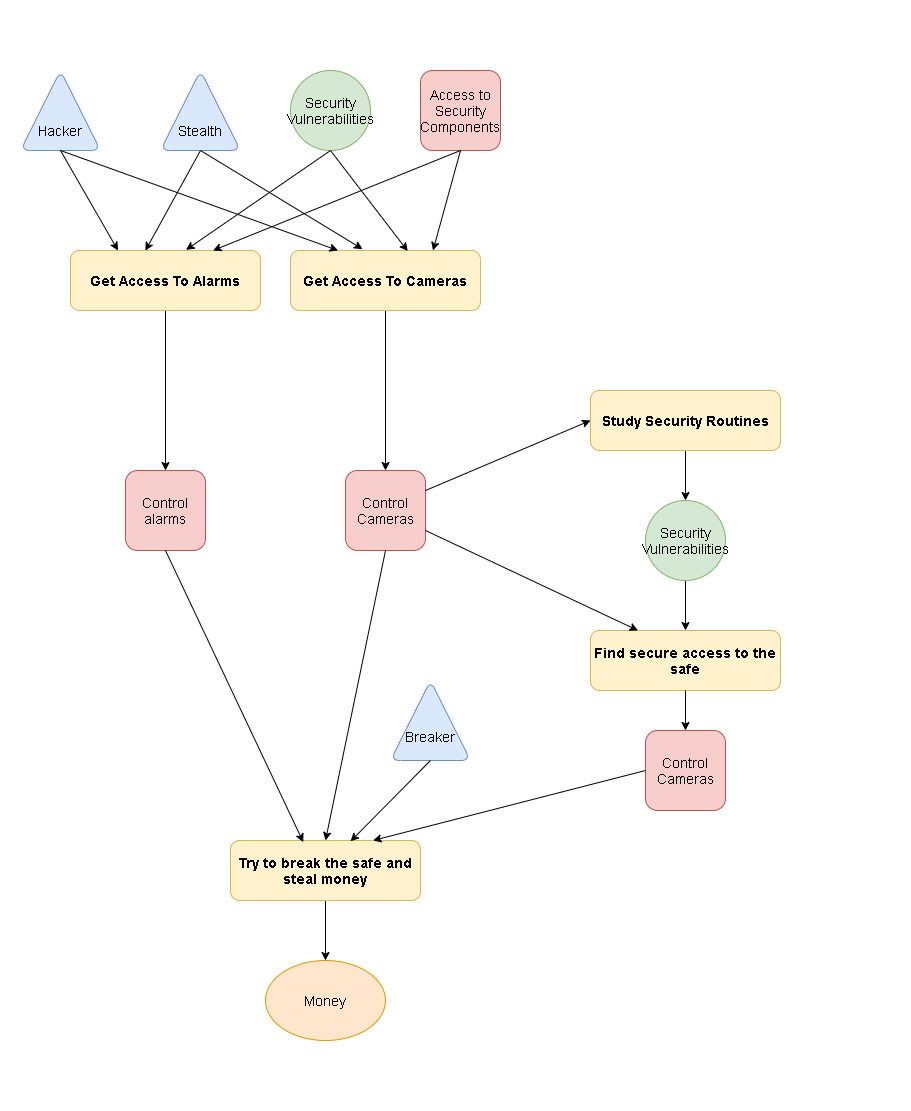
BarsantiNicola/BankRobbery keeps this draw.io diagram as documentazione/AttaccoFisico.png. Above is the earlier version. Source tidied: cells renumbered, new cells last; positions are measured from the earlier drawing's top-left corner, leaving out a move shared by most shapes. Its diagram source:
```xml
<mxGraphModel>
  <root>
    <mxCell id="0" />
    <mxCell id="1" parent="0" />
    <mxCell id="2" style="triangle;whiteSpace=wrap;html=1;direction=north;fillColor=#dae8fc;strokeColor=#6c8ebf;rounded=1;" parent="1" vertex="1">
      <mxGeometry x="20" y="70" width="80" height="80" as="geometry" />
    </mxCell>
    <mxCell id="3" style="triangle;whiteSpace=wrap;html=1;direction=north;fillColor=#dae8fc;strokeColor=#6c8ebf;rounded=1;" parent="1" vertex="1">
      <mxGeometry x="160" y="70" width="80" height="80" as="geometry" />
    </mxCell>
    <mxCell id="4" value="&lt;font style=&quot;font-size: 9px&quot;&gt;Security Vulnerabilities&lt;/font&gt;" style="ellipse;whiteSpace=wrap;html=1;rounded=1;fillColor=#d5e8d4;strokeColor=#82b366;" parent="1" vertex="1">
      <mxGeometry x="290" y="70" width="80" height="80" as="geometry" />
    </mxCell>
    <mxCell id="5" value="Access to Security Components" style="whiteSpace=wrap;html=1;rounded=1;fillColor=#f8cecc;strokeColor=#b85450;" parent="1" vertex="1">
      <mxGeometry x="420" y="70" width="80" height="80" as="geometry" />
    </mxCell>
    <mxCell id="6" style="edgeStyle=orthogonalEdgeStyle;rounded=0;jettySize=auto;html=1;exitX=0.5;exitY=1;exitDx=0;exitDy=0;entryX=0.5;entryY=0;entryDx=0;entryDy=0;strokeWidth=1;fontSize=8;" parent="1" edge="1" source="7" target="21">
      <mxGeometry relative="1" as="geometry" />
    </mxCell>
    <mxCell id="7" value="&lt;b&gt;Get Access To Cameras&lt;/b&gt;" style="rounded=1;whiteSpace=wrap;html=1;fillColor=#fff2cc;strokeColor=#d6b656;" parent="1" vertex="1">
      <mxGeometry x="290" y="250" width="190" height="60" as="geometry" />
    </mxCell>
    <mxCell id="8" style="edgeStyle=orthogonalEdgeStyle;rounded=0;jettySize=auto;html=1;exitX=0.5;exitY=1;exitDx=0;exitDy=0;entryX=0.5;entryY=0;entryDx=0;entryDy=0;strokeWidth=1;fontSize=8;" parent="1" edge="1" source="9" target="20">
      <mxGeometry relative="1" as="geometry" />
    </mxCell>
    <mxCell id="9" value="&lt;b&gt;Get Access To Alarms&lt;/b&gt;" style="rounded=1;whiteSpace=wrap;html=1;fillColor=#fff2cc;strokeColor=#d6b656;" parent="1" vertex="1">
      <mxGeometry x="70" y="250" width="190" height="60" as="geometry" />
    </mxCell>
    <mxCell id="10" style="endArrow=classic;html=1;exitX=0;exitY=0.5;exitDx=0;exitDy=0;entryX=0.25;entryY=0;entryDx=0;entryDy=0;" parent="1" edge="1" source="2" target="9">
      <mxGeometry relative="1" as="geometry" />
    </mxCell>
    <mxCell id="11" style="endArrow=classic;html=1;exitX=0;exitY=0.5;exitDx=0;exitDy=0;entryX=0.394;entryY=0.003;entryDx=0;entryDy=0;entryPerimeter=0;" parent="1" edge="1" source="3" target="9">
      <mxGeometry relative="1" as="geometry" />
    </mxCell>
    <mxCell id="12" style="endArrow=classic;html=1;exitX=0.5;exitY=1;exitDx=0;exitDy=0;entryX=0.608;entryY=-0.01;entryDx=0;entryDy=0;entryPerimeter=0;" parent="1" edge="1" source="4" target="9">
      <mxGeometry relative="1" as="geometry" />
    </mxCell>
    <mxCell id="13" style="endArrow=classic;html=1;exitX=0.5;exitY=1;exitDx=0;exitDy=0;entryX=0.75;entryY=0;entryDx=0;entryDy=0;" parent="1" edge="1" source="5" target="9">
      <mxGeometry relative="1" as="geometry" />
    </mxCell>
    <mxCell id="14" style="endArrow=classic;html=1;exitX=0.5;exitY=1;exitDx=0;exitDy=0;entryX=0.75;entryY=0;entryDx=0;entryDy=0;" parent="1" edge="1" source="5" target="7">
      <mxGeometry relative="1" as="geometry" />
    </mxCell>
    <mxCell id="15" style="endArrow=classic;html=1;exitX=0.5;exitY=1;exitDx=0;exitDy=0;entryX=0.617;entryY=0.01;entryDx=0;entryDy=0;entryPerimeter=0;" parent="1" edge="1" source="4" target="7">
      <mxGeometry relative="1" as="geometry" />
    </mxCell>
    <mxCell id="16" style="endArrow=classic;html=1;exitX=0;exitY=0.5;exitDx=0;exitDy=0;entryX=0.379;entryY=-0.023;entryDx=0;entryDy=0;entryPerimeter=0;" parent="1" edge="1" source="3" target="7">
      <mxGeometry relative="1" as="geometry" />
    </mxCell>
    <mxCell id="17" style="endArrow=classic;html=1;exitX=0;exitY=0.5;exitDx=0;exitDy=0;entryX=0.25;entryY=0;entryDx=0;entryDy=0;" parent="1" edge="1" source="2" target="7">
      <mxGeometry relative="1" as="geometry" />
    </mxCell>
    <mxCell id="18" value="Hacker" style="text;html=1;strokeColor=none;fillColor=none;align=center;verticalAlign=middle;whiteSpace=wrap;rounded=0;" parent="1" vertex="1">
      <mxGeometry x="20" y="120" width="80" height="20" as="geometry" />
    </mxCell>
    <mxCell id="19" value="Stealth" style="text;html=1;strokeColor=none;fillColor=none;align=center;verticalAlign=middle;whiteSpace=wrap;rounded=0;" parent="1" vertex="1">
      <mxGeometry x="180" y="120" width="40" height="20" as="geometry" />
    </mxCell>
    <mxCell id="20" value="Control&lt;br&gt;alarms" style="whiteSpace=wrap;html=1;rounded=1;fillColor=#f8cecc;strokeColor=#b85450;" parent="1" vertex="1">
      <mxGeometry x="125" y="470" width="80" height="80" as="geometry" />
    </mxCell>
    <mxCell id="21" value="Control Cameras" style="whiteSpace=wrap;html=1;rounded=1;fillColor=#f8cecc;strokeColor=#b85450;" parent="1" vertex="1">
      <mxGeometry x="345" y="470" width="80" height="80" as="geometry" />
    </mxCell>
    <mxCell id="22" style="edgeStyle=orthogonalEdgeStyle;rounded=0;jettySize=auto;html=1;exitX=0.5;exitY=1;exitDx=0;exitDy=0;entryX=0.5;entryY=0;entryDx=0;entryDy=0;strokeWidth=1;fontSize=8;" parent="1" edge="1" source="23" target="25">
      <mxGeometry relative="1" as="geometry" />
    </mxCell>
    <mxCell id="23" value="&lt;b&gt;Study Security Routines&lt;/b&gt;" style="rounded=1;whiteSpace=wrap;html=1;fillColor=#fff2cc;strokeColor=#d6b656;" parent="1" vertex="1">
      <mxGeometry x="590" y="390" width="190" height="60" as="geometry" />
    </mxCell>
    <mxCell id="24" style="edgeStyle=orthogonalEdgeStyle;rounded=0;jettySize=auto;html=1;exitX=0.5;exitY=1;exitDx=0;exitDy=0;entryX=0.5;entryY=0;entryDx=0;entryDy=0;strokeWidth=1;fontSize=8;" parent="1" edge="1" source="25" target="26">
      <mxGeometry relative="1" as="geometry" />
    </mxCell>
    <mxCell id="25" value="&lt;font style=&quot;font-size: 9px&quot;&gt;Security Vulnerabilities&lt;/font&gt;" style="ellipse;whiteSpace=wrap;html=1;rounded=1;fillColor=#d5e8d4;strokeColor=#82b366;" parent="1" vertex="1">
      <mxGeometry x="645" y="500" width="80" height="80" as="geometry" />
    </mxCell>
    <mxCell id="26" value="&lt;b&gt;Find secure access to the safe&lt;/b&gt;" style="rounded=1;whiteSpace=wrap;html=1;fillColor=#fff2cc;strokeColor=#d6b656;" parent="1" vertex="1">
      <mxGeometry x="590" y="630" width="190" height="60" as="geometry" />
    </mxCell>
    <mxCell id="27" value="Control Cameras" style="whiteSpace=wrap;html=1;rounded=1;fillColor=#f8cecc;strokeColor=#b85450;" parent="1" vertex="1">
      <mxGeometry x="645" y="730" width="80" height="80" as="geometry" />
    </mxCell>
    <mxCell id="28" style="edgeStyle=orthogonalEdgeStyle;rounded=0;jettySize=auto;html=1;exitX=0.5;exitY=1;exitDx=0;exitDy=0;entryX=0.5;entryY=0;entryDx=0;entryDy=0;strokeWidth=1;fontSize=8;" parent="1" edge="1" source="29" target="30">
      <mxGeometry relative="1" as="geometry" />
    </mxCell>
    <mxCell id="29" value="&lt;b&gt;Try to break the safe and steal money&lt;/b&gt;" style="rounded=1;whiteSpace=wrap;html=1;fillColor=#fff2cc;strokeColor=#d6b656;" parent="1" vertex="1">
      <mxGeometry x="230" y="840" width="190" height="60" as="geometry" />
    </mxCell>
    <mxCell id="30" value="Money" style="ellipse;whiteSpace=wrap;html=1;rounded=1;fontSize=8;fillColor=#ffe6cc;strokeColor=#d79b00;" parent="1" vertex="1">
      <mxGeometry x="265" y="960" width="120" height="80" as="geometry" />
    </mxCell>
    <mxCell id="31" style="endArrow=classic;html=1;strokeWidth=1;fontSize=8;exitX=0.5;exitY=1;exitDx=0;exitDy=0;entryX=0.5;entryY=0;entryDx=0;entryDy=0;" parent="1" edge="1" source="26" target="27">
      <mxGeometry relative="1" as="geometry" />
    </mxCell>
    <mxCell id="32" style="endArrow=classic;html=1;strokeWidth=1;fontSize=8;exitX=0;exitY=0.5;exitDx=0;exitDy=0;entryX=0.75;entryY=0;entryDx=0;entryDy=0;" parent="1" edge="1" source="27" target="29">
      <mxGeometry relative="1" as="geometry" />
    </mxCell>
    <mxCell id="33" style="endArrow=classic;html=1;strokeWidth=1;fontSize=8;exitX=0.5;exitY=1;exitDx=0;exitDy=0;entryX=0.5;entryY=0;entryDx=0;entryDy=0;" parent="1" edge="1" source="21" target="29">
      <mxGeometry relative="1" as="geometry" />
    </mxCell>
    <mxCell id="34" style="endArrow=classic;html=1;strokeWidth=1;fontSize=8;exitX=0.5;exitY=1;exitDx=0;exitDy=0;entryX=0.383;entryY=0.027;entryDx=0;entryDy=0;entryPerimeter=0;" parent="1" edge="1" source="20" target="29">
      <mxGeometry relative="1" as="geometry" />
    </mxCell>
    <mxCell id="35" style="endArrow=classic;html=1;strokeWidth=1;fontSize=8;exitX=1;exitY=0.75;exitDx=0;exitDy=0;entryX=0.25;entryY=0;entryDx=0;entryDy=0;" parent="1" edge="1" source="21" target="26">
      <mxGeometry relative="1" as="geometry" />
    </mxCell>
    <mxCell id="36" style="endArrow=classic;html=1;strokeWidth=1;fontSize=8;exitX=1;exitY=0.25;exitDx=0;exitDy=0;entryX=0;entryY=0.5;entryDx=0;entryDy=0;" parent="1" edge="1" source="21" target="23">
      <mxGeometry relative="1" as="geometry" />
    </mxCell>
    <mxCell id="37" value="&lt;br&gt;&lt;br&gt;Breaker" style="triangle;whiteSpace=wrap;html=1;direction=north;fillColor=#dae8fc;strokeColor=#6c8ebf;rounded=1;" parent="1" vertex="1">
      <mxGeometry x="390" y="680" width="80" height="80" as="geometry" />
    </mxCell>
    <mxCell id="38" style="endArrow=classic;html=1;strokeWidth=1;fontSize=8;exitX=0;exitY=0.5;exitDx=0;exitDy=0;entryX=0.632;entryY=0.013;entryDx=0;entryDy=0;entryPerimeter=0;" parent="1" edge="1" source="37" target="29">
      <mxGeometry relative="1" as="geometry" />
    </mxCell>
    <mxCell id="39" style="rounded=0;whiteSpace=wrap;html=1;fontSize=8;strokeColor=none;" parent="1" vertex="1">
      <mxGeometry x="265" y="1050" width="120" height="60" as="geometry" />
    </mxCell>
    <mxCell id="40" style="rounded=0;whiteSpace=wrap;html=1;fontSize=8;strokeColor=none;" parent="1" vertex="1">
      <mxGeometry x="790" y="585" width="120" height="60" as="geometry" />
    </mxCell>
    <mxCell id="41" style="rounded=0;whiteSpace=wrap;html=1;fontSize=8;strokeColor=none;" parent="1" vertex="1">
      <mxGeometry y="480" width="120" height="60" as="geometry" />
    </mxCell>
    <mxCell id="42" style="rounded=0;whiteSpace=wrap;html=1;fontSize=8;strokeColor=none;" parent="1" vertex="1">
      <mxGeometry x="300" width="120" height="60" as="geometry" />
    </mxCell>
  </root>
</mxGraphModel>
```
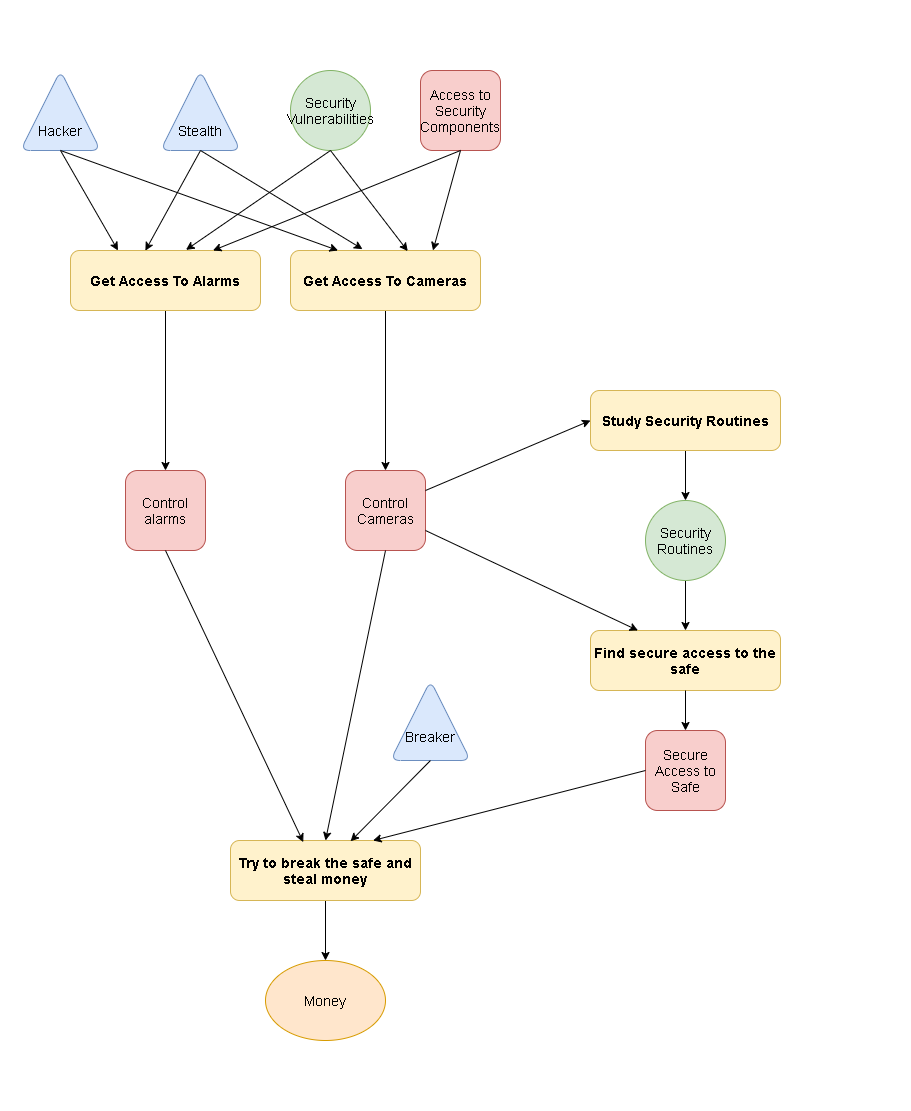
The same file after the commit.

Change to the diagram source:
```diff
@@ -71,13 +71,13 @@
     <mxCell id="24" style="edgeStyle=orthogonalEdgeStyle;rounded=0;jettySize=auto;html=1;exitX=0.5;exitY=1;exitDx=0;exitDy=0;entryX=0.5;entryY=0;entryDx=0;entryDy=0;strokeWidth=1;fontSize=8;" parent="1" edge="1" source="25" target="26">
       <mxGeometry relative="1" as="geometry" />
     </mxCell>
-    <mxCell id="25" value="&lt;font style=&quot;font-size: 9px&quot;&gt;Security Vulnerabilities&lt;/font&gt;" style="ellipse;whiteSpace=wrap;html=1;rounded=1;fillColor=#d5e8d4;strokeColor=#82b366;" parent="1" vertex="1">
+    <mxCell id="25" value="&lt;font style=&quot;font-size: 9px&quot;&gt;Security Routines&lt;/font&gt;" style="ellipse;whiteSpace=wrap;html=1;rounded=1;fillColor=#d5e8d4;strokeColor=#82b366;" parent="1" vertex="1">
       <mxGeometry x="645" y="500" width="80" height="80" as="geometry" />
     </mxCell>
     <mxCell id="26" value="&lt;b&gt;Find secure access to the safe&lt;/b&gt;" style="rounded=1;whiteSpace=wrap;html=1;fillColor=#fff2cc;strokeColor=#d6b656;" parent="1" vertex="1">
       <mxGeometry x="590" y="630" width="190" height="60" as="geometry" />
     </mxCell>
-    <mxCell id="27" value="Control Cameras" style="whiteSpace=wrap;html=1;rounded=1;fillColor=#f8cecc;strokeColor=#b85450;" parent="1" vertex="1">
+    <mxCell id="27" value="Secure Access to Safe" style="whiteSpace=wrap;html=1;rounded=1;fillColor=#f8cecc;strokeColor=#b85450;" parent="1" vertex="1">
       <mxGeometry x="645" y="730" width="80" height="80" as="geometry" />
     </mxCell>
     <mxCell id="28" style="edgeStyle=orthogonalEdgeStyle;rounded=0;jettySize=auto;html=1;exitX=0.5;exitY=1;exitDx=0;exitDy=0;entryX=0.5;entryY=0;entryDx=0;entryDy=0;strokeWidth=1;fontSize=8;" parent="1" edge="1" source="29" target="30">
```
